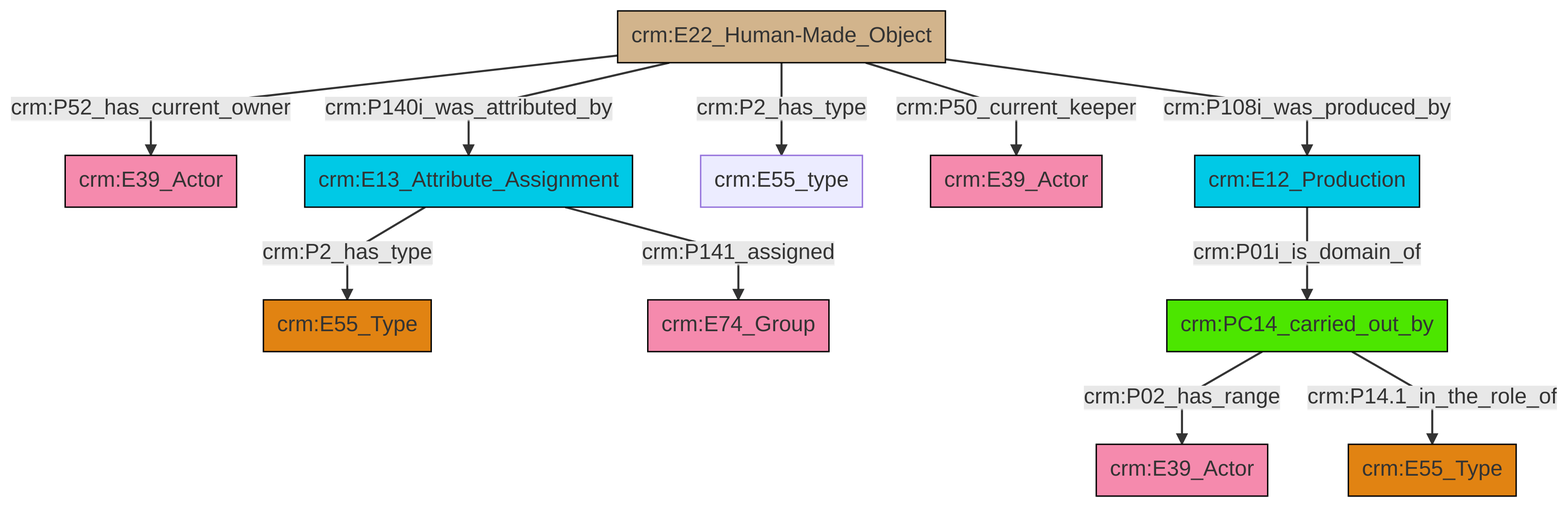
Before: et/artworkCSV/ttl/mmd/png/Artwork_Actor_Relations.png, a diagram exported from Mermaid (swiss-art-research-net/docs.swissartresearch). Its source is kept beside it as et/artworkCSV/ttl/mmd/Artwork_Actor_Relations.ttl.mmd.
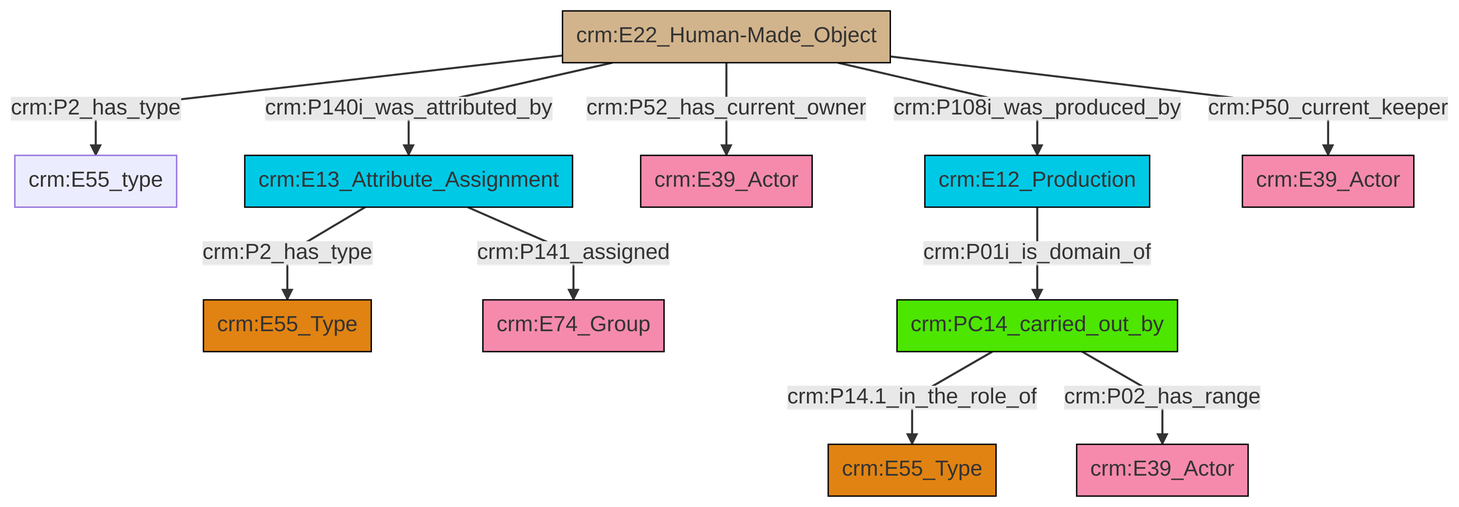
After the commit.

Change to the diagram source:
```diff
@@ -13,13 +13,13 @@
 classDef PC_Classes fill:#4ce600, stroke:#000000;
 classDef Multi fill:#cccccc,stroke:#000000;
 
-8["crm:E13_Attribute_Assignment"]:::Temporal_Entity -->|crm:P141_assigned| 9["crm:E74_Group"]:::Actor
-0["crm:E22_Human-Made_Object"]:::Physical_Thing -->|crm:P2_has_type| 11["crm:E55_type"]:::Default
-0["crm:E22_Human-Made_Object"]:::Physical_Thing -->|crm:P50_current_keeper| 12["crm:E39_Actor"]:::Actor
-8["crm:E13_Attribute_Assignment"]:::Temporal_Entity -->|crm:P2_has_type| 6["crm:E55_Type"]:::Type
-13["crm:E12_Production"]:::Temporal_Entity -->|crm:P01i_is_domain_of| 14["crm:PC14_carried_out_by"]:::PC_Classes
-0["crm:E22_Human-Made_Object"]:::Physical_Thing -->|crm:P52_has_current_owner| 2["crm:E39_Actor"]:::Actor
-0["crm:E22_Human-Made_Object"]:::Physical_Thing -->|crm:P140i_was_attributed_by| 8["crm:E13_Attribute_Assignment"]:::Temporal_Entity
-14["crm:PC14_carried_out_by"]:::PC_Classes -->|crm:P02_has_range| 17["crm:E39_Actor"]:::Actor
-14["crm:PC14_carried_out_by"]:::PC_Classes -->|crm:P14.1_in_the_role_of| 4["crm:E55_Type"]:::Type
-0["crm:E22_Human-Made_Object"]:::Physical_Thing -->|crm:P108i_was_produced_by| 13["crm:E12_Production"]:::Temporal_Entity
+0["crm:E22_Human-Made_Object"]:::Physical_Thing -->|crm:P2_has_type| 1["crm:E55_type"]:::Default
+4["crm:PC14_carried_out_by"]:::PC_Classes -->|crm:P14.1_in_the_role_of| 5["crm:E55_Type"]:::Type
+0["crm:E22_Human-Made_Object"]:::Physical_Thing -->|crm:P140i_was_attributed_by| 10["crm:E13_Attribute_Assignment"]:::Temporal_Entity
+0["crm:E22_Human-Made_Object"]:::Physical_Thing -->|crm:P52_has_current_owner| 6["crm:E39_Actor"]:::Actor
+0["crm:E22_Human-Made_Object"]:::Physical_Thing -->|crm:P108i_was_produced_by| 11["crm:E12_Production"]:::Temporal_Entity
+10["crm:E13_Attribute_Assignment"]:::Temporal_Entity -->|crm:P2_has_type| 2["crm:E55_Type"]:::Type
+0["crm:E22_Human-Made_Object"]:::Physical_Thing -->|crm:P50_current_keeper| 18["crm:E39_Actor"]:::Actor
+11["crm:E12_Production"]:::Temporal_Entity -->|crm:P01i_is_domain_of| 4["crm:PC14_carried_out_by"]:::PC_Classes
+4["crm:PC14_carried_out_by"]:::PC_Classes -->|crm:P02_has_range| 8["crm:E39_Actor"]:::Actor
+10["crm:E13_Attribute_Assignment"]:::Temporal_Entity -->|crm:P141_assigned| 14["crm:E74_Group"]:::Actor
```
